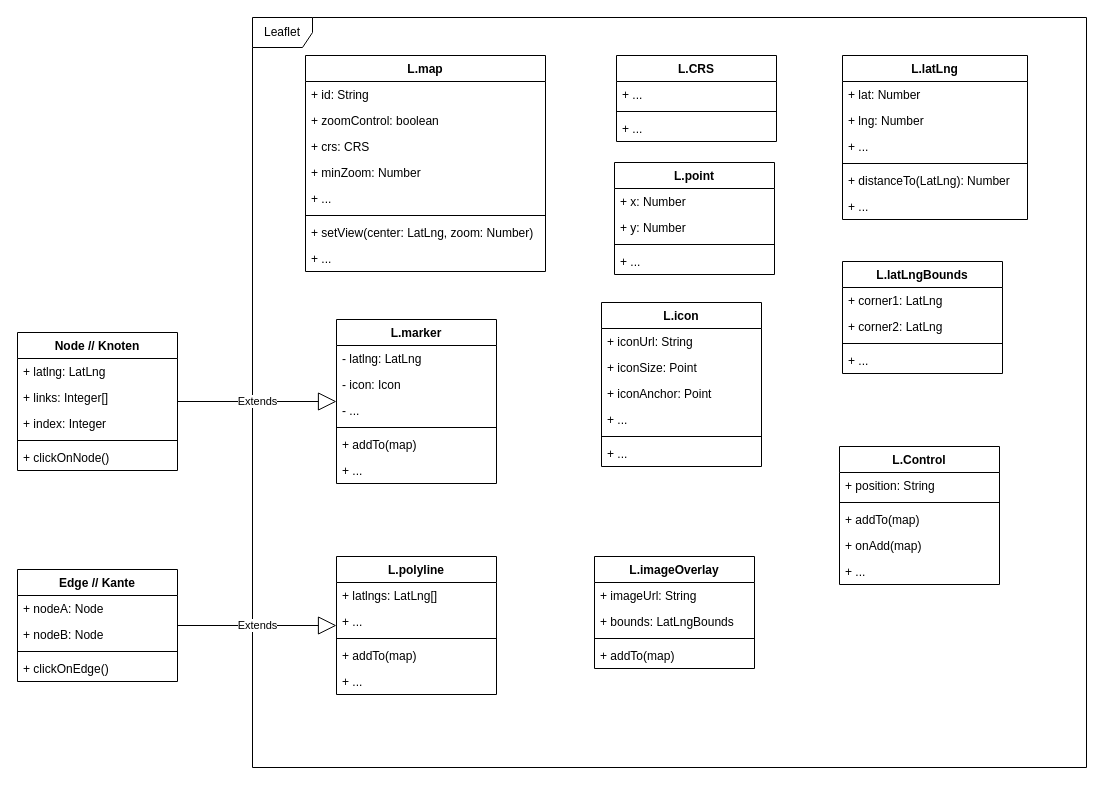
Before: page "Klassendiagramm" (1 of 2) of drawio/indoor-navigation.drawio in danielgilbers/indoor-navigation, a draw.io diagram. Source tidied: cells renumbered, new cells numbered last; positions are measured from the earlier drawing's top-left corner, leaving out a move shared by most shapes. Both pictures are drawn from the tidied source at 100%, with x=0, y=0 at pixel (17, 17).
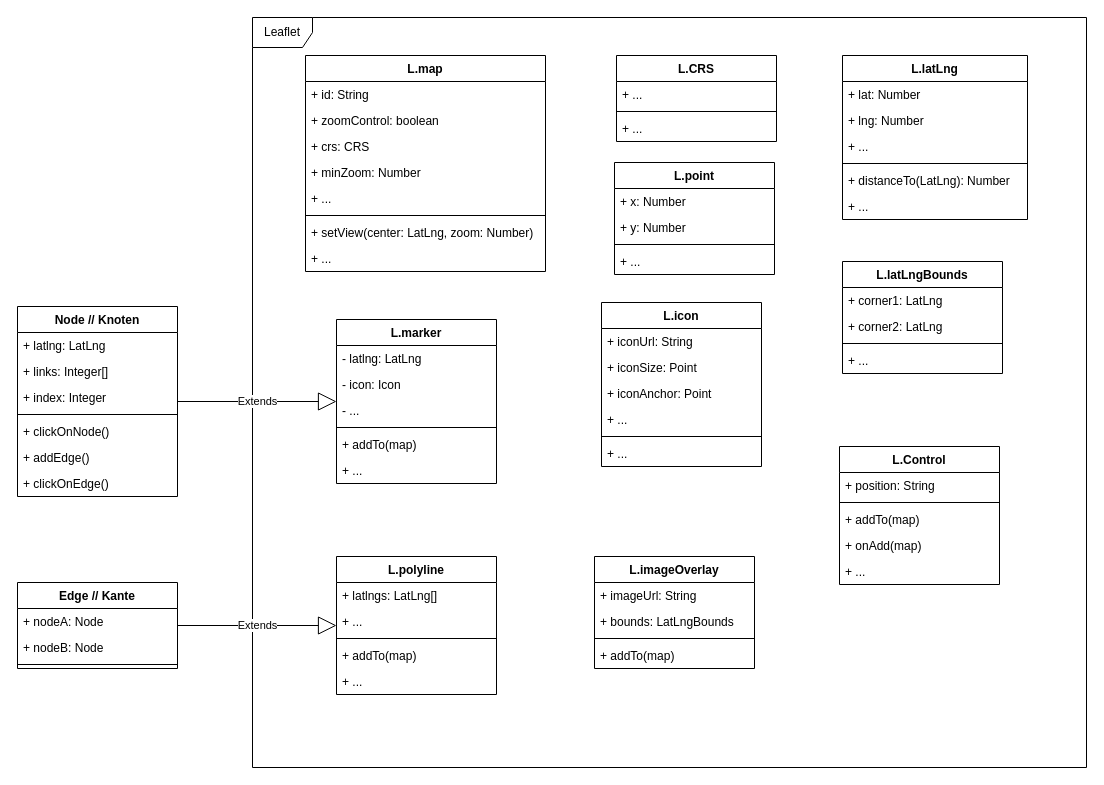
Above is the later version.

Change to the diagram source:
```diff
@@
     <mxCell id="3" value="Node // Knoten" style="swimlane;fontStyle=1;align=center;verticalAlign=top;horizontal=1;startSize=26;" parent="1" vertex="1">
-      <mxGeometry y="315" width="160" height="138" as="geometry" />
+      <mxGeometry y="289" width="160" height="190" as="geometry" />
     </mxCell>
@@
+    <mxCell id="77" value="+ addEdge()" style="text;strokeColor=none;fillColor=none;align=left;verticalAlign=top;spacingLeft=4;spacingRight=4;overflow=hidden;" parent="3" vertex="1">
+      <mxGeometry y="138" width="160" height="26" as="geometry" />
+    </mxCell>
+    <mxCell id="69" value="+ clickOnEdge()" style="text;strokeColor=none;fillColor=none;align=left;verticalAlign=top;spacingLeft=4;spacingRight=4;overflow=hidden;" parent="3" vertex="1">
+      <mxGeometry y="164" width="160" height="26" as="geometry" />
+    </mxCell>
@@
     <mxCell id="65" value="Edge // Kante" style="swimlane;fontStyle=1;align=center;verticalAlign=top;horizontal=1;startSize=26;" parent="1" vertex="1">
-      <mxGeometry y="552" width="160" height="112" as="geometry" />
+      <mxGeometry y="565" width="160" height="86" as="geometry" />
     </mxCell>
@@
-    <mxCell id="69" value="+ clickOnEdge()" style="text;strokeColor=none;fillColor=none;align=left;verticalAlign=top;spacingLeft=4;spacingRight=4;overflow=hidden;" parent="65" vertex="1">
-      <mxGeometry y="86" width="160" height="26" as="geometry" />
-    </mxCell>
```
